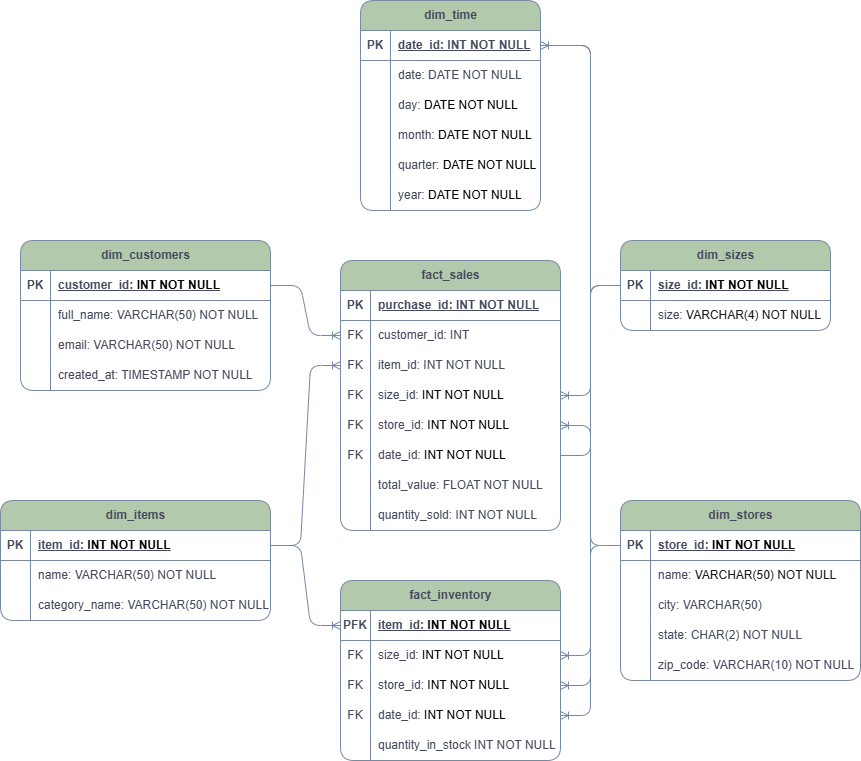
Before: E_commerce_dbs-OLAP.png, a diagram exported from draw.io (ruancastro/e-commercy-database). Source tidied: cells renumbered, new cells last; positions are measured from the earlier drawing's top-left corner, leaving out a move shared by most shapes.
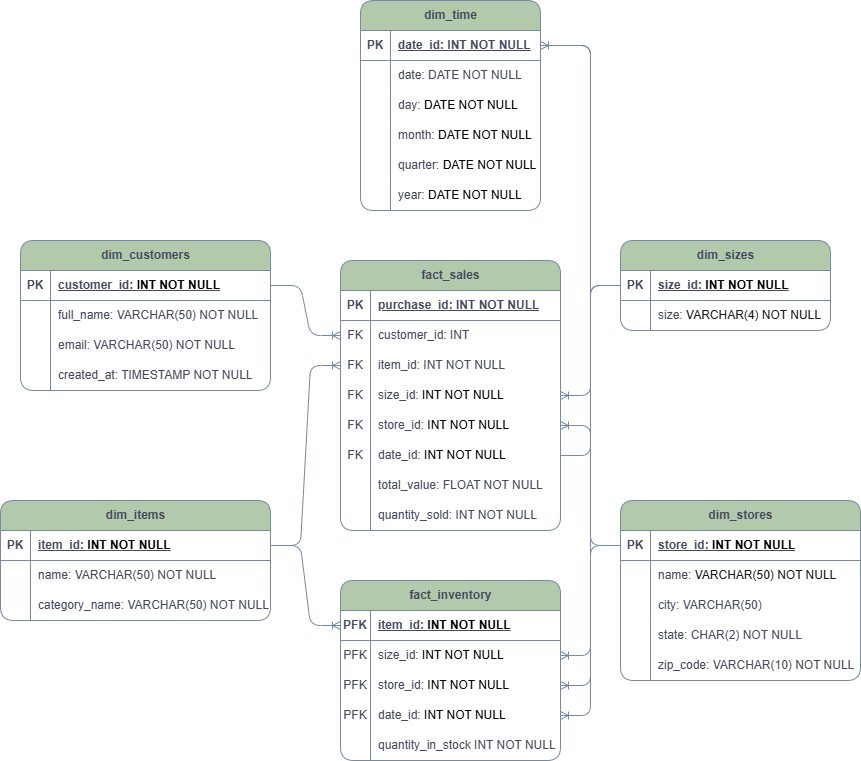
Above is the later version.

Commit message:
fix issues with fks sintax, and changing fact_inventory pfks

Diff of the diagram source:
```diff
@@ -287,7 +287,7 @@
     <mxCell id="96" style="shape=tableRow;horizontal=0;startSize=0;swimlaneHead=0;swimlaneBody=0;fillColor=none;points=[[0,0.5],[1,0.5]];portConstraint=eastwest;top=0;left=0;right=0;bottom=0;rounded=1;labelBackgroundColor=none;strokeColor=#788AA3;fontColor=#46495D;" parent="92" vertex="1">
       <mxGeometry y="60" width="220" height="30" as="geometry" />
     </mxCell>
-    <mxCell id="97" value="FK" style="shape=partialRectangle;fillColor=none;top=0;left=0;bottom=0;right=0;overflow=hidden;whiteSpace=wrap;html=1;rounded=1;labelBackgroundColor=none;strokeColor=#788AA3;fontColor=#46495D;" parent="96" vertex="1">
+    <mxCell id="97" value="PFK" style="shape=partialRectangle;fillColor=none;top=0;left=0;bottom=0;right=0;overflow=hidden;whiteSpace=wrap;html=1;rounded=1;labelBackgroundColor=none;strokeColor=#788AA3;fontColor=#46495D;" parent="96" vertex="1">
       <mxGeometry width="30" height="30" as="geometry" />
     </mxCell>
     <mxCell id="98" value="&lt;div&gt;size_id:&amp;nbsp;&lt;span style=&quot;background-color: transparent; color: light-dark(rgb(0, 0, 0), rgb(255, 255, 255));&quot;&gt;INT NOT NULL&lt;/span&gt;&lt;/div&gt;" style="shape=partialRectangle;fillColor=none;top=0;left=0;bottom=0;right=0;align=left;spacingLeft=6;overflow=hidden;whiteSpace=wrap;html=1;rounded=1;labelBackgroundColor=none;strokeColor=#788AA3;fontColor=#46495D;" parent="96" vertex="1">
@@ -296,7 +296,7 @@
     <mxCell id="99" style="shape=tableRow;horizontal=0;startSize=0;swimlaneHead=0;swimlaneBody=0;fillColor=none;points=[[0,0.5],[1,0.5]];portConstraint=eastwest;top=0;left=0;right=0;bottom=0;rounded=1;labelBackgroundColor=none;strokeColor=#788AA3;fontColor=#46495D;" parent="92" vertex="1">
       <mxGeometry y="90" width="220" height="30" as="geometry" />
     </mxCell>
-    <mxCell id="100" value="FK" style="shape=partialRectangle;fillColor=none;top=0;left=0;bottom=0;right=0;overflow=hidden;whiteSpace=wrap;html=1;rounded=1;labelBackgroundColor=none;strokeColor=#788AA3;fontColor=#46495D;" parent="99" vertex="1">
+    <mxCell id="100" value="PFK" style="shape=partialRectangle;fillColor=none;top=0;left=0;bottom=0;right=0;overflow=hidden;whiteSpace=wrap;html=1;rounded=1;labelBackgroundColor=none;strokeColor=#788AA3;fontColor=#46495D;" parent="99" vertex="1">
       <mxGeometry width="30" height="30" as="geometry" />
     </mxCell>
     <mxCell id="101" value="&lt;div&gt;store_id:&amp;nbsp;&lt;span style=&quot;background-color: transparent; color: light-dark(rgb(0, 0, 0), rgb(255, 255, 255));&quot;&gt;INT NOT NULL&lt;/span&gt;&lt;/div&gt;" style="shape=partialRectangle;fillColor=none;top=0;left=0;bottom=0;right=0;align=left;spacingLeft=6;overflow=hidden;whiteSpace=wrap;html=1;rounded=1;labelBackgroundColor=none;strokeColor=#788AA3;fontColor=#46495D;" parent="99" vertex="1">
@@ -305,7 +305,7 @@
     <mxCell id="102" style="shape=tableRow;horizontal=0;startSize=0;swimlaneHead=0;swimlaneBody=0;fillColor=none;points=[[0,0.5],[1,0.5]];portConstraint=eastwest;top=0;left=0;right=0;bottom=0;rounded=1;labelBackgroundColor=none;strokeColor=#788AA3;fontColor=#46495D;" parent="92" vertex="1">
       <mxGeometry y="120" width="220" height="30" as="geometry" />
     </mxCell>
-    <mxCell id="103" value="FK" style="shape=partialRectangle;fillColor=none;top=0;left=0;bottom=0;right=0;overflow=hidden;whiteSpace=wrap;html=1;rounded=1;labelBackgroundColor=none;strokeColor=#788AA3;fontColor=#46495D;" parent="102" vertex="1">
+    <mxCell id="103" value="PFK" style="shape=partialRectangle;fillColor=none;top=0;left=0;bottom=0;right=0;overflow=hidden;whiteSpace=wrap;html=1;rounded=1;labelBackgroundColor=none;strokeColor=#788AA3;fontColor=#46495D;" parent="102" vertex="1">
       <mxGeometry width="30" height="30" as="geometry" />
     </mxCell>
     <mxCell id="104" value="&lt;div&gt;date_id:&amp;nbsp;&lt;span style=&quot;background-color: transparent; color: light-dark(rgb(0, 0, 0), rgb(255, 255, 255));&quot;&gt;INT NOT NULL&lt;/span&gt;&lt;/div&gt;" style="shape=partialRectangle;fillColor=none;top=0;left=0;bottom=0;right=0;align=left;spacingLeft=6;overflow=hidden;whiteSpace=wrap;html=1;rounded=1;labelBackgroundColor=none;strokeColor=#788AA3;fontColor=#46495D;" parent="102" vertex="1">
```
